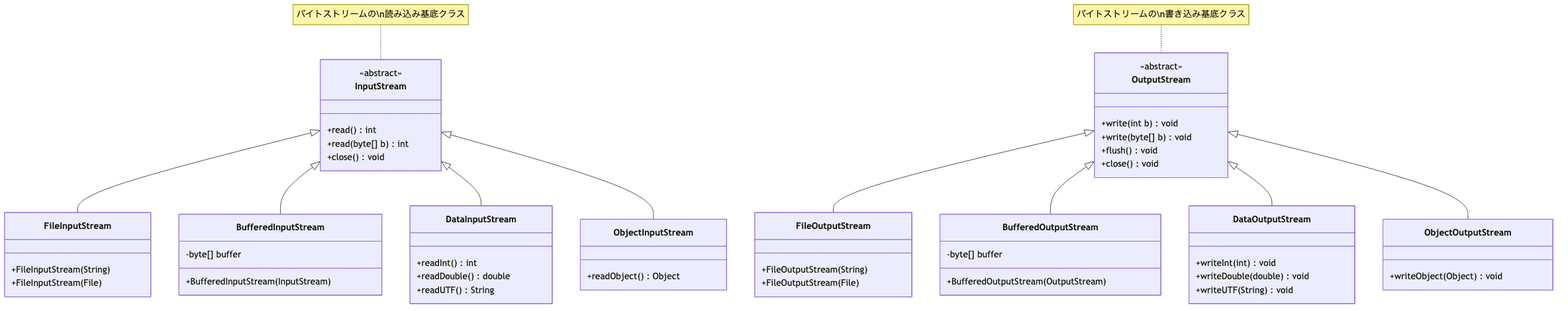
Nagatani/techbook-java-primer keeps this Mermaid diagram as manuscripts/images/diagrams/chapter14-byte-stream-hierarchy.png. Above is the earlier version. Its source is kept beside it as docs/diagrams/chapter14-byte-stream-hierarchy.mmd.
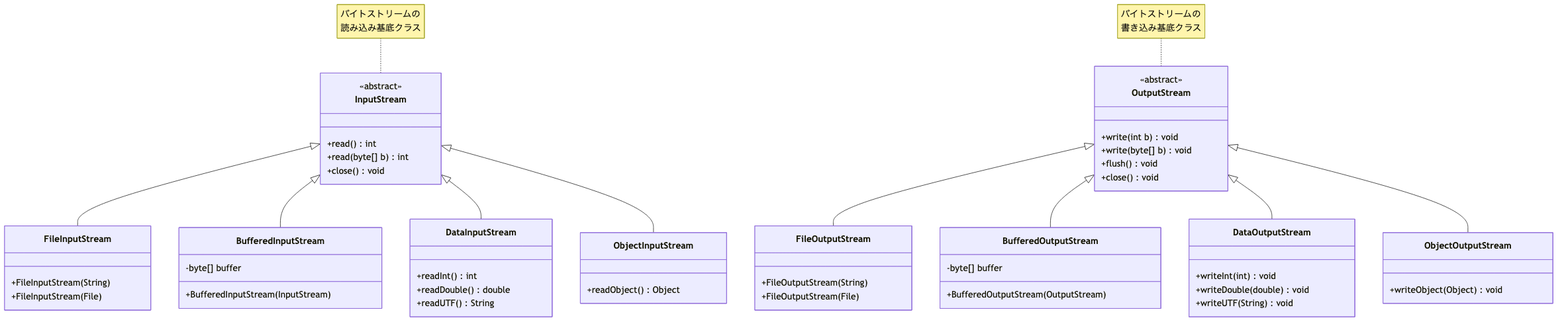
Above is the later version.

Diff of the diagram source:
```diff
@@ -64,5 +64,5 @@
     OutputStream <|-- DataOutputStream
     OutputStream <|-- ObjectOutputStream
 
-    note for InputStream "バイトストリームの\n読み込み基底クラス"
-    note for OutputStream "バイトストリームの\n書き込み基底クラス"
+    note for InputStream "バイトストリームの<br/>読み込み基底クラス"
+    note for OutputStream "バイトストリームの<br/>書き込み基底クラス"
```
